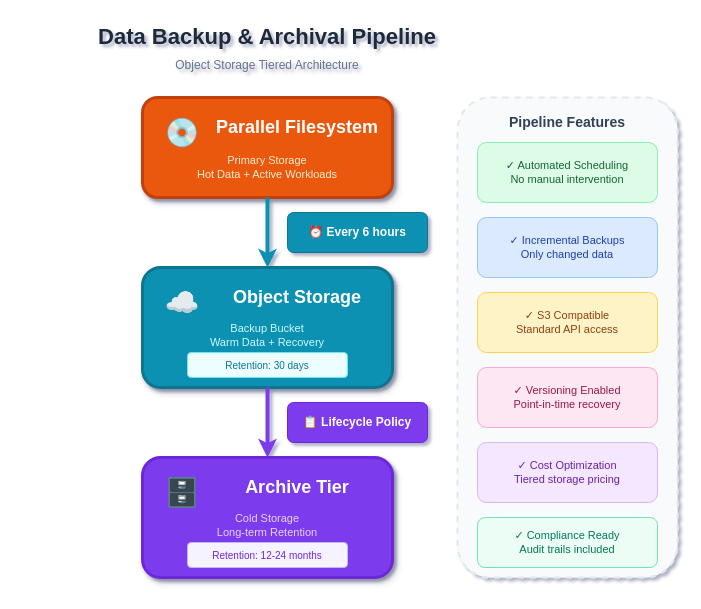
aamir939/Documentation keeps this draw.io diagram as docs/diagrams/backup-flow.drawio. Above is the earlier version. Source tidied: cells renumbered, new cells numbered last; positions are measured from the earlier drawing's top-left corner, leaving out a move shared by most shapes. Both pictures are drawn from the tidied source at 100%, with x=0, y=0 at pixel (17, 17).
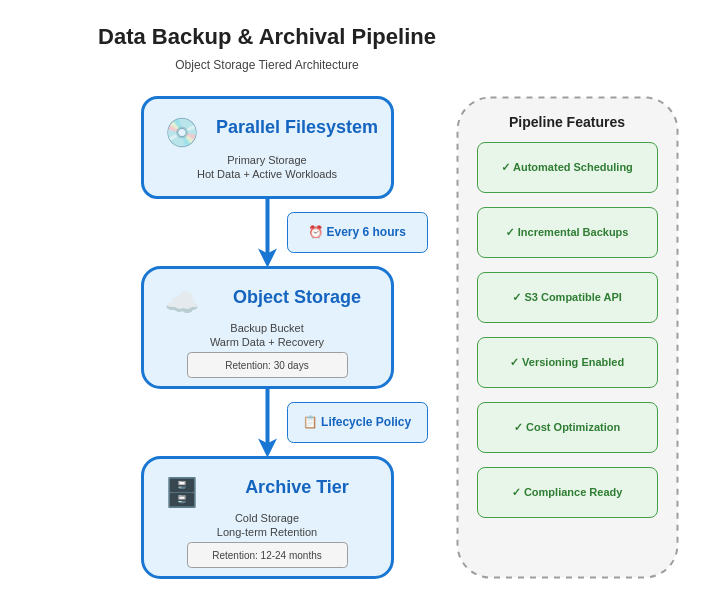
The same page after the edit.

Diff of the diagram source:
```diff
@@
-<mxGraphModel shadow="1">
+<mxGraphModel>
@@
-    <mxCell id="2" value="Data Backup &amp; Archival Pipeline" style="text;html=1;strokeColor=none;fillColor=none;align=center;verticalAlign=middle;whiteSpace=wrap;rounded=0;fontSize=22;fontStyle=1;fontColor=#1e293b;" parent="1" vertex="1">
+    <mxCell id="2" value="Data Backup &amp; Archival Pipeline" style="text;html=1;strokeColor=none;fillColor=none;align=center;verticalAlign=middle;whiteSpace=wrap;rounded=0;fontSize=22;fontStyle=1;fontColor=#212121;" parent="1" vertex="1">
       <mxGeometry width="500" height="40" as="geometry" />
     </mxCell>
-    <mxCell id="3" value="Object Storage Tiered Architecture" style="text;html=1;strokeColor=none;fillColor=none;align=center;verticalAlign=middle;whiteSpace=wrap;rounded=0;fontSize=12;fontColor=#64748b;" parent="1" vertex="1">
+    <mxCell id="3" value="Object Storage Tiered Architecture" style="text;html=1;strokeColor=none;fillColor=none;align=center;verticalAlign=middle;whiteSpace=wrap;rounded=0;fontSize=12;fontColor=#424242;" parent="1" vertex="1">
       <mxGeometry y="35" width="500" height="25" as="geometry" />
     </mxCell>
-    <mxCell id="4" style="rounded=1;whiteSpace=wrap;html=1;fillColor=#ea580c;strokeColor=#c2410c;strokeWidth=3;shadow=1;" parent="1" vertex="1">
+    <mxCell id="4" style="rounded=1;whiteSpace=wrap;html=1;fillColor=#e3f2fd;strokeColor=#1976d2;strokeWidth=3;" parent="1" vertex="1">
       <mxGeometry x="125" y="80" width="250" height="100" as="geometry" />
     </mxCell>
@@
-    <mxCell id="6" value="Parallel Filesystem" style="text;html=1;strokeColor=none;fillColor=none;align=center;verticalAlign=middle;whiteSpace=wrap;rounded=0;fontSize=18;fontStyle=1;fontColor=#FFFFFF;" parent="1" vertex="1">
+    <mxCell id="6" value="Parallel Filesystem" style="text;html=1;strokeColor=none;fillColor=none;align=center;verticalAlign=middle;whiteSpace=wrap;rounded=0;fontSize=18;fontStyle=1;fontColor=#1565c0;" parent="1" vertex="1">
       <mxGeometry x="195" y="95" width="170" height="30" as="geometry" />
     </mxCell>
-    <mxCell id="7" value="Primary Storage&lt;br&gt;Hot Data + Active Workloads" style="text;html=1;strokeColor=none;fillColor=none;align=center;verticalAlign=middle;whiteSpace=wrap;rounded=0;fontSize=11;fontColor=#ffedd5;" parent="1" vertex="1">
+    <mxCell id="7" value="Primary Storage&lt;br&gt;Hot Data + Active Workloads" style="text;html=1;strokeColor=none;fillColor=none;align=center;verticalAlign=middle;whiteSpace=wrap;rounded=0;fontSize=11;fontColor=#424242;" parent="1" vertex="1">
       <mxGeometry x="125" y="130" width="250" height="40" as="geometry" />
     </mxCell>
-    <mxCell id="8" style="endArrow=classic;html=1;strokeWidth=4;strokeColor=#0891b2;" parent="1" edge="1">
+    <mxCell id="8" style="endArrow=classic;html=1;strokeWidth=4;strokeColor=#1976d2;" parent="1" edge="1">
       <mxGeometry relative="1" as="geometry">
         <mxPoint x="250" y="180" as="sourcePoint" />
         <mxPoint x="250" y="250" as="targetPoint" />
       </mxGeometry>
     </mxCell>
-    <mxCell id="9" style="rounded=1;whiteSpace=wrap;html=1;fillColor=#0891b2;strokeColor=#0e7490;strokeWidth=1;" parent="1" vertex="1">
+    <mxCell id="9" style="rounded=1;whiteSpace=wrap;html=1;fillColor=#e3f2fd;strokeColor=#1976d2;strokeWidth=1;" parent="1" vertex="1">
       <mxGeometry x="270" y="195" width="140" height="40" as="geometry" />
     </mxCell>
-    <mxCell id="10" value="⏰ Every 6 hours" style="text;html=1;strokeColor=none;fillColor=none;align=center;verticalAlign=middle;whiteSpace=wrap;rounded=0;fontSize=12;fontStyle=1;fontColor=#FFFFFF;" parent="1" vertex="1">
+    <mxCell id="10" value="⏰ Every 6 hours" style="text;html=1;strokeColor=none;fillColor=none;align=center;verticalAlign=middle;whiteSpace=wrap;rounded=0;fontSize=12;fontStyle=1;fontColor=#1565c0;" parent="1" vertex="1">
       <mxGeometry x="270" y="195" width="140" height="40" as="geometry" />
     </mxCell>
-    <mxCell id="11" style="rounded=1;whiteSpace=wrap;html=1;fillColor=#0891b2;strokeColor=#0e7490;strokeWidth=3;shadow=1;" parent="1" vertex="1">
+    <mxCell id="11" style="rounded=1;whiteSpace=wrap;html=1;fillColor=#e3f2fd;strokeColor=#1976d2;strokeWidth=3;" parent="1" vertex="1">
       <mxGeometry x="125" y="250" width="250" height="120" as="geometry" />
     </mxCell>
@@
-    <mxCell id="13" value="Object Storage" style="text;html=1;strokeColor=none;fillColor=none;align=center;verticalAlign=middle;whiteSpace=wrap;rounded=0;fontSize=18;fontStyle=1;fontColor=#FFFFFF;" parent="1" vertex="1">
+    <mxCell id="13" value="Object Storage" style="text;html=1;strokeColor=none;fillColor=none;align=center;verticalAlign=middle;whiteSpace=wrap;rounded=0;fontSize=18;fontStyle=1;fontColor=#1565c0;" parent="1" vertex="1">
       <mxGeometry x="195" y="265" width="170" height="30" as="geometry" />
     </mxCell>
-    <mxCell id="14" value="Backup Bucket&lt;br&gt;Warm Data + Recovery" style="text;html=1;strokeColor=none;fillColor=none;align=center;verticalAlign=middle;whiteSpace=wrap;rounded=0;fontSize=11;fontColor=#cffafe;" parent="1" vertex="1">
+    <mxCell id="14" value="Backup Bucket&lt;br&gt;Warm Data + Recovery" style="text;html=1;strokeColor=none;fillColor=none;align=center;verticalAlign=middle;whiteSpace=wrap;rounded=0;fontSize=11;fontColor=#424242;" parent="1" vertex="1">
       <mxGeometry x="125" y="300" width="250" height="35" as="geometry" />
     </mxCell>
-    <mxCell id="15" value="Retention: 30 days" style="rounded=1;whiteSpace=wrap;html=1;fillColor=#ecfeff;strokeColor=#67e8f9;strokeWidth=1;fontSize=10;fontColor=#0e7490;" parent="1" vertex="1">
+    <mxCell id="15" value="Retention: 30 days" style="rounded=1;whiteSpace=wrap;html=1;fillColor=#f5f5f5;strokeColor=#9e9e9e;strokeWidth=1;fontSize=10;fontColor=#424242;" parent="1" vertex="1">
       <mxGeometry x="170" y="335" width="160" height="25" as="geometry" />
     </mxCell>
-    <mxCell id="16" style="endArrow=classic;html=1;strokeWidth=4;strokeColor=#7c3aed;" parent="1" edge="1">
+    <mxCell id="16" style="endArrow=classic;html=1;strokeWidth=4;strokeColor=#1976d2;" parent="1" edge="1">
       <mxGeometry relative="1" as="geometry">
         <mxPoint x="250" y="370" as="sourcePoint" />
         <mxPoint x="250" y="440" as="targetPoint" />
       </mxGeometry>
     </mxCell>
-    <mxCell id="17" style="rounded=1;whiteSpace=wrap;html=1;fillColor=#7c3aed;strokeColor=#6d28d9;strokeWidth=1;" parent="1" vertex="1">
+    <mxCell id="17" style="rounded=1;whiteSpace=wrap;html=1;fillColor=#e3f2fd;strokeColor=#1976d2;strokeWidth=1;" parent="1" vertex="1">
       <mxGeometry x="270" y="385" width="140" height="40" as="geometry" />
     </mxCell>
-    <mxCell id="18" value="📋 Lifecycle Policy" style="text;html=1;strokeColor=none;fillColor=none;align=center;verticalAlign=middle;whiteSpace=wrap;rounded=0;fontSize=12;fontStyle=1;fontColor=#FFFFFF;" parent="1" vertex="1">
+    <mxCell id="18" value="📋 Lifecycle Policy" style="text;html=1;strokeColor=none;fillColor=none;align=center;verticalAlign=middle;whiteSpace=wrap;rounded=0;fontSize=12;fontStyle=1;fontColor=#1565c0;" parent="1" vertex="1">
       <mxGeometry x="270" y="385" width="140" height="40" as="geometry" />
     </mxCell>
-    <mxCell id="19" style="rounded=1;whiteSpace=wrap;html=1;fillColor=#7c3aed;strokeColor=#6d28d9;strokeWidth=3;shadow=1;" parent="1" vertex="1">
+    <mxCell id="19" style="rounded=1;whiteSpace=wrap;html=1;fillColor=#e3f2fd;strokeColor=#1976d2;strokeWidth=3;" parent="1" vertex="1">
       <mxGeometry x="125" y="440" width="250" height="120" as="geometry" />
     </mxCell>
@@
-    <mxCell id="21" value="Archive Tier" style="text;html=1;strokeColor=none;fillColor=none;align=center;verticalAlign=middle;whiteSpace=wrap;rounded=0;fontSize=18;fontStyle=1;fontColor=#FFFFFF;" parent="1" vertex="1">
+    <mxCell id="21" value="Archive Tier" style="text;html=1;strokeColor=none;fillColor=none;align=center;verticalAlign=middle;whiteSpace=wrap;rounded=0;fontSize=18;fontStyle=1;fontColor=#1565c0;" parent="1" vertex="1">
       <mxGeometry x="195" y="455" width="170" height="30" as="geometry" />
     </mxCell>
-    <mxCell id="22" value="Cold Storage&lt;br&gt;Long-term Retention" style="text;html=1;strokeColor=none;fillColor=none;align=center;verticalAlign=middle;whiteSpace=wrap;rounded=0;fontSize=11;fontColor=#e9d5ff;" parent="1" vertex="1">
+    <mxCell id="22" value="Cold Storage&lt;br&gt;Long-term Retention" style="text;html=1;strokeColor=none;fillColor=none;align=center;verticalAlign=middle;whiteSpace=wrap;rounded=0;fontSize=11;fontColor=#424242;" parent="1" vertex="1">
       <mxGeometry x="125" y="490" width="250" height="35" as="geometry" />
     </mxCell>
-    <mxCell id="23" value="Retention: 12-24 months" style="rounded=1;whiteSpace=wrap;html=1;fillColor=#f5f3ff;strokeColor=#c4b5fd;strokeWidth=1;fontSize=10;fontColor=#6d28d9;" parent="1" vertex="1">
+    <mxCell id="23" value="Retention: 12-24 months" style="rounded=1;whiteSpace=wrap;html=1;fillColor=#f5f5f5;strokeColor=#9e9e9e;strokeWidth=1;fontSize=10;fontColor=#424242;" parent="1" vertex="1">
       <mxGeometry x="170" y="525" width="160" height="25" as="geometry" />
     </mxCell>
-    <mxCell id="24" style="rounded=1;whiteSpace=wrap;html=1;fillColor=#f8fafc;strokeColor=#e2e8f0;strokeWidth=2;dashed=1;" parent="1" vertex="1">
+    <mxCell id="24" style="rounded=1;whiteSpace=wrap;html=1;fillColor=#f5f5f5;strokeColor=#9e9e9e;strokeWidth=2;dashed=1;" parent="1" vertex="1">
       <mxGeometry x="440" y="80" width="220" height="480" as="geometry" />
     </mxCell>
-    <mxCell id="25" value="Pipeline Features" style="text;html=1;strokeColor=none;fillColor=none;align=center;verticalAlign=top;whiteSpace=wrap;rounded=0;fontSize=14;fontStyle=1;fontColor=#334155;" parent="1" vertex="1">
+    <mxCell id="25" value="Pipeline Features" style="text;html=1;strokeColor=none;fillColor=none;align=center;verticalAlign=top;whiteSpace=wrap;rounded=0;fontSize=14;fontStyle=1;fontColor=#212121;" parent="1" vertex="1">
       <mxGeometry x="440" y="90" width="220" height="25" as="geometry" />
     </mxCell>
-    <mxCell id="26" style="rounded=1;whiteSpace=wrap;html=1;fillColor=#dcfce7;strokeColor=#86efac;strokeWidth=1;" parent="1" vertex="1">
-      <mxGeometry x="460" y="125" width="180" height="60" as="geometry" />
+    <mxCell id="26" style="rounded=1;whiteSpace=wrap;html=1;fillColor=#e8f5e9;strokeColor=#43a047;strokeWidth=1;" parent="1" vertex="1">
+      <mxGeometry x="460" y="125" width="180" height="50" as="geometry" />
     </mxCell>
-    <mxCell id="27" value="✓ Automated Scheduling&lt;br&gt;No manual intervention" style="text;html=1;strokeColor=none;fillColor=none;align=center;verticalAlign=middle;whiteSpace=wrap;rounded=0;fontSize=11;fontColor=#166534;" parent="1" vertex="1">
-      <mxGeometry x="460" y="125" width="180" height="60" as="geometry" />
+    <mxCell id="27" value="✓ Automated Scheduling" style="text;html=1;strokeColor=none;fillColor=none;align=center;verticalAlign=middle;whiteSpace=wrap;rounded=0;fontSize=11;fontStyle=1;fontColor=#2e7d32;" parent="1" vertex="1">
+      <mxGeometry x="460" y="135" width="180" height="30" as="geometry" />
     </mxCell>
-    <mxCell id="28" style="rounded=1;whiteSpace=wrap;html=1;fillColor=#dbeafe;strokeColor=#93c5fd;strokeWidth=1;" parent="1" vertex="1">
-      <mxGeometry x="460" y="200" width="180" height="60" as="geometry" />
+    <mxCell id="28" style="rounded=1;whiteSpace=wrap;html=1;fillColor=#e8f5e9;strokeColor=#43a047;strokeWidth=1;" parent="1" vertex="1">
+      <mxGeometry x="460" y="190" width="180" height="50" as="geometry" />
     </mxCell>
-    <mxCell id="29" value="✓ Incremental Backups&lt;br&gt;Only changed data" style="text;html=1;strokeColor=none;fillColor=none;align=center;verticalAlign=middle;whiteSpace=wrap;rounded=0;fontSize=11;fontColor=#1e40af;" parent="1" vertex="1">
-      <mxGeometry x="460" y="200" width="180" height="60" as="geometry" />
+    <mxCell id="29" value="✓ Incremental Backups" style="text;html=1;strokeColor=none;fillColor=none;align=center;verticalAlign=middle;whiteSpace=wrap;rounded=0;fontSize=11;fontStyle=1;fontColor=#2e7d32;" parent="1" vertex="1">
+      <mxGeometry x="460" y="200" width="180" height="30" as="geometry" />
     </mxCell>
-    <mxCell id="30" style="rounded=1;whiteSpace=wrap;html=1;fillColor=#fef3c7;strokeColor=#fcd34d;strokeWidth=1;" parent="1" vertex="1">
-      <mxGeometry x="460" y="275" width="180" height="60" as="geometry" />
+    <mxCell id="30" style="rounded=1;whiteSpace=wrap;html=1;fillColor=#e8f5e9;strokeColor=#43a047;strokeWidth=1;" parent="1" vertex="1">
+      <mxGeometry x="460" y="255" width="180" height="50" as="geometry" />
     </mxCell>
-    <mxCell id="31" value="✓ S3 Compatible&lt;br&gt;Standard API access" style="text;html=1;strokeColor=none;fillColor=none;align=center;verticalAlign=middle;whiteSpace=wrap;rounded=0;fontSize=11;fontColor=#92400e;" parent="1" vertex="1">
-      <mxGeometry x="460" y="275" width="180" height="60" as="geometry" />
+    <mxCell id="31" value="✓ S3 Compatible API" style="text;html=1;strokeColor=none;fillColor=none;align=center;verticalAlign=middle;whiteSpace=wrap;rounded=0;fontSize=11;fontStyle=1;fontColor=#2e7d32;" parent="1" vertex="1">
+      <mxGeometry x="460" y="265" width="180" height="30" as="geometry" />
     </mxCell>
-    <mxCell id="32" style="rounded=1;whiteSpace=wrap;html=1;fillColor=#fce7f3;strokeColor=#f9a8d4;strokeWidth=1;" parent="1" vertex="1">
-      <mxGeometry x="460" y="350" width="180" height="60" as="geometry" />
+    <mxCell id="32" style="rounded=1;whiteSpace=wrap;html=1;fillColor=#e8f5e9;strokeColor=#43a047;strokeWidth=1;" parent="1" vertex="1">
+      <mxGeometry x="460" y="320" width="180" height="50" as="geometry" />
     </mxCell>
-    <mxCell id="33" value="✓ Versioning Enabled&lt;br&gt;Point-in-time recovery" style="text;html=1;strokeColor=none;fillColor=none;align=center;verticalAlign=middle;whiteSpace=wrap;rounded=0;fontSize=11;fontColor=#9d174d;" parent="1" vertex="1">
-      <mxGeometry x="460" y="350" width="180" height="60" as="geometry" />
+    <mxCell id="33" value="✓ Versioning Enabled" style="text;html=1;strokeColor=none;fillColor=none;align=center;verticalAlign=middle;whiteSpace=wrap;rounded=0;fontSize=11;fontStyle=1;fontColor=#2e7d32;" parent="1" vertex="1">
+      <mxGeometry x="460" y="330" width="180" height="30" as="geometry" />
     </mxCell>
-    <mxCell id="34" style="rounded=1;whiteSpace=wrap;html=1;fillColor=#f3e8ff;strokeColor=#d8b4fe;strokeWidth=1;" parent="1" vertex="1">
-      <mxGeometry x="460" y="425" width="180" height="60" as="geometry" />
+    <mxCell id="34" style="rounded=1;whiteSpace=wrap;html=1;fillColor=#e8f5e9;strokeColor=#43a047;strokeWidth=1;" parent="1" vertex="1">
+      <mxGeometry x="460" y="385" width="180" height="50" as="geometry" />
     </mxCell>
-    <mxCell id="35" value="✓ Cost Optimization&lt;br&gt;Tiered storage pricing" style="text;html=1;strokeColor=none;fillColor=none;align=center;verticalAlign=middle;whiteSpace=wrap;rounded=0;fontSize=11;fontColor=#6b21a8;" parent="1" vertex="1">
-      <mxGeometry x="460" y="425" width="180" height="60" as="geometry" />
+    <mxCell id="35" value="✓ Cost Optimization" style="text;html=1;strokeColor=none;fillColor=none;align=center;verticalAlign=middle;whiteSpace=wrap;rounded=0;fontSize=11;fontStyle=1;fontColor=#2e7d32;" parent="1" vertex="1">
+      <mxGeometry x="460" y="395" width="180" height="30" as="geometry" />
     </mxCell>
-    <mxCell id="36" style="rounded=1;whiteSpace=wrap;html=1;fillColor=#ecfdf5;strokeColor=#6ee7b7;strokeWidth=1;" parent="1" vertex="1">
-      <mxGeometry x="460" y="500" width="180" height="50" as="geometry" />
+    <mxCell id="36" style="rounded=1;whiteSpace=wrap;html=1;fillColor=#e8f5e9;strokeColor=#43a047;strokeWidth=1;" parent="1" vertex="1">
+      <mxGeometry x="460" y="450" width="180" height="50" as="geometry" />
     </mxCell>
-    <mxCell id="37" value="✓ Compliance Ready&lt;br&gt;Audit trails included" style="text;html=1;strokeColor=none;fillColor=none;align=center;verticalAlign=middle;whiteSpace=wrap;rounded=0;fontSize=11;fontColor=#047857;" parent="1" vertex="1">
-      <mxGeometry x="460" y="500" width="180" height="50" as="geometry" />
+    <mxCell id="37" value="✓ Compliance Ready" style="text;html=1;strokeColor=none;fillColor=none;align=center;verticalAlign=middle;whiteSpace=wrap;rounded=0;fontSize=11;fontStyle=1;fontColor=#2e7d32;" parent="1" vertex="1">
+      <mxGeometry x="460" y="460" width="180" height="30" as="geometry" />
     </mxCell>
```
